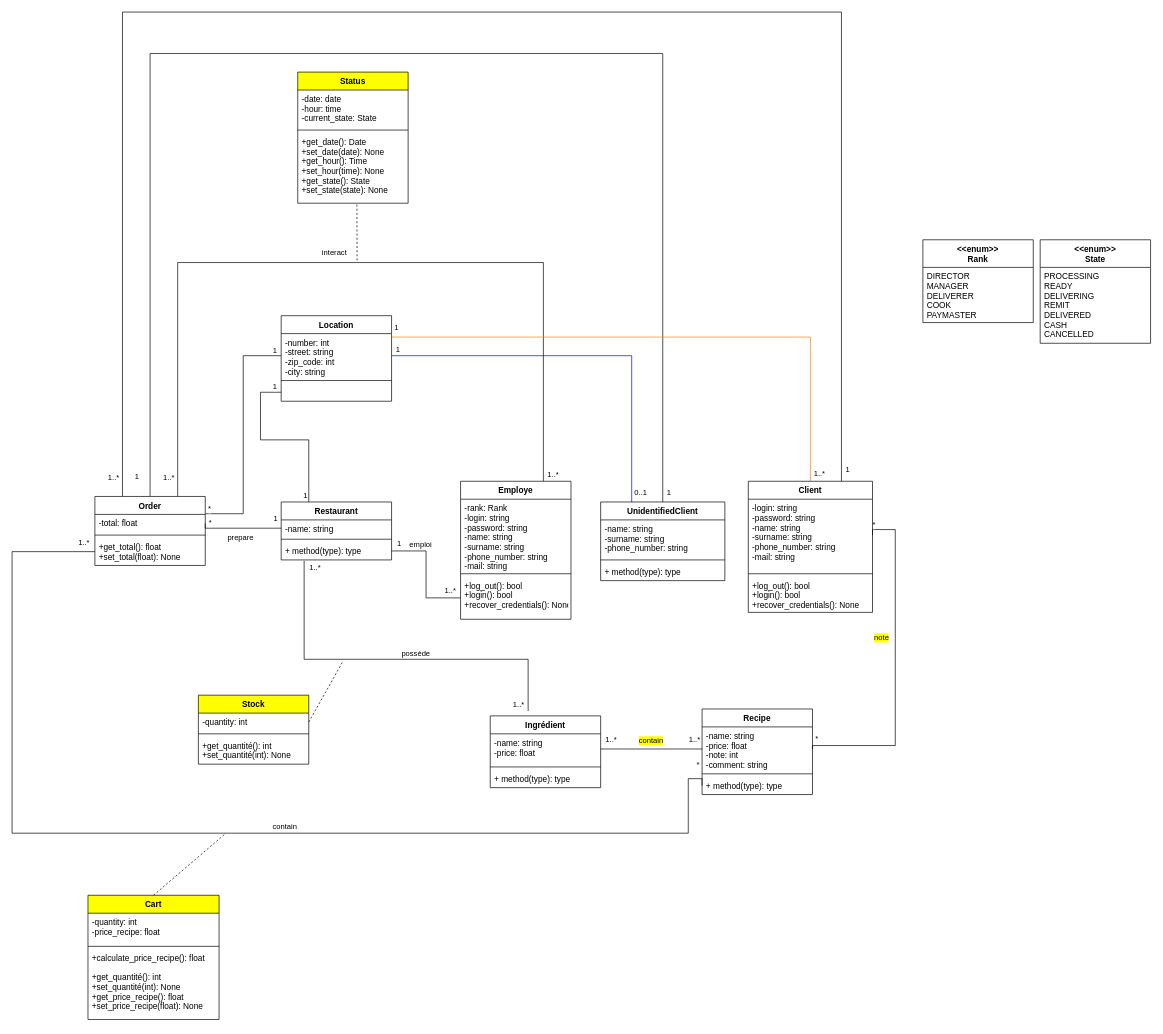
Earlier version of the draw.io diagram Diagramme de classe.drawio (damien-devpy/OC-P6). Source tidied: cells renumbered, new cells numbered last; positions are measured from the earlier drawing's top-left corner, leaving out a move shared by most shapes. Both pictures are drawn from the tidied source at 69%, with x=0, y=0 at pixel (12, 12).
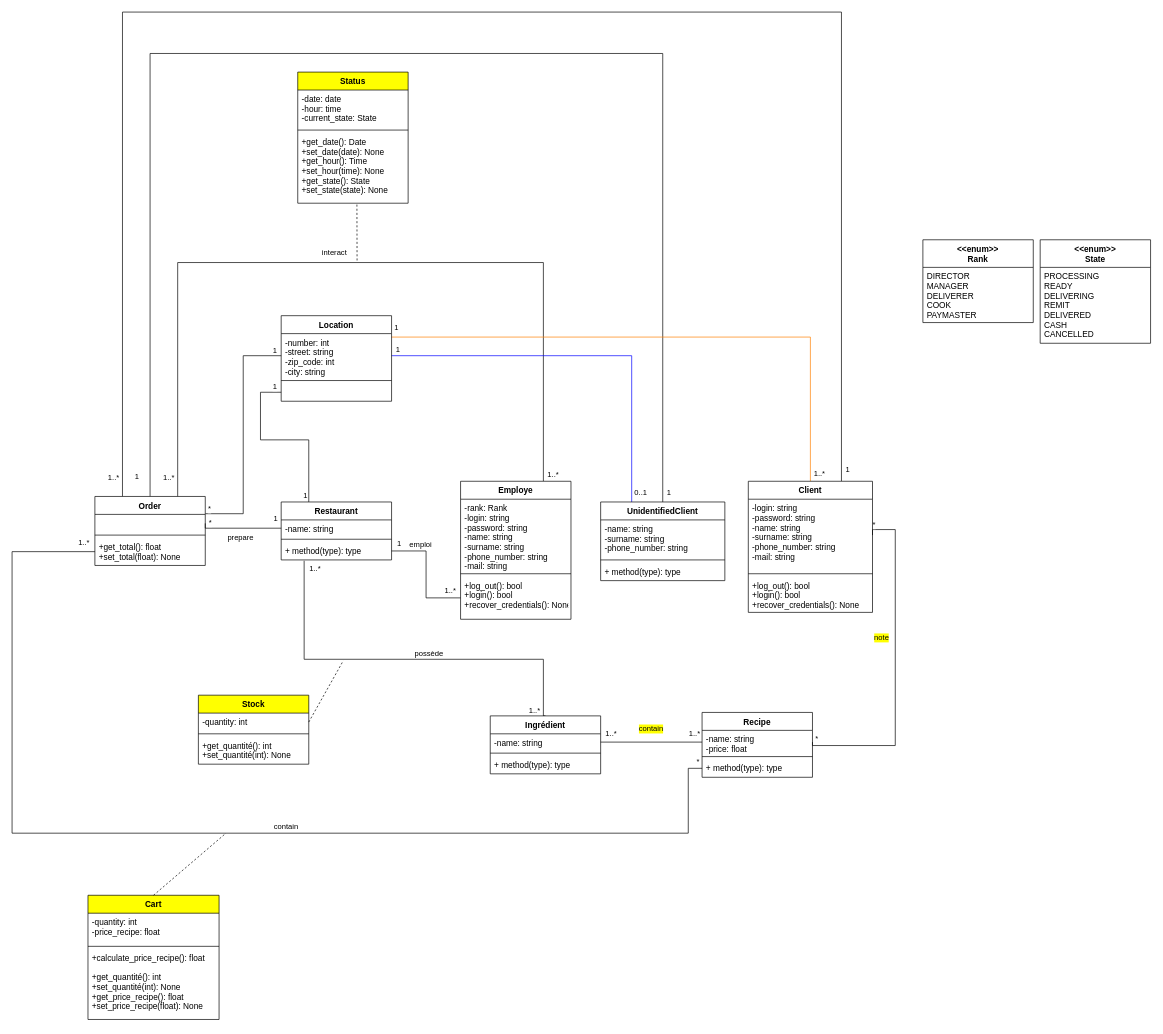
After the change.

Commit message (it also covers changes not shown here):
Add some data. Change the way model manage price

The change refers to these unchanged cells:
```xml
<mxCell id="11" style="endArrow=none;html=1;edgeStyle=orthogonalEdgeStyle;entryX=0;entryY=0.5;entryDx=0;entryDy=0;exitX=1;exitY=0.5;exitDx=0;exitDy=0;" parent="1" edge="1" source="43" target="65">
  <mxGeometry relative="1" as="geometry" />
</mxCell>
<mxCell id="63" value="+ method(type): type" style="text;strokeColor=none;fillColor=none;align=left;verticalAlign=top;spacingLeft=4;spacingRight=4;overflow=hidden;points=[[0,0.5],[1,0.5]];portConstraint=eastwest;" parent="60" vertex="1">
  <mxGeometry y="58" width="160" height="26" as="geometry" />
</mxCell>
<mxCell id="71" value="Order" style="swimlane;fontStyle=1;align=center;verticalAlign=top;horizontal=1;startSize=26;" parent="1" vertex="1">
  <mxGeometry x="120" y="702" width="160" height="100" as="geometry" />
</mxCell>
<mxCell id="74" value="+get_total(): float&#10;+set_total(float): None" style="text;strokeColor=none;fillColor=none;align=left;verticalAlign=top;spacingLeft=4;spacingRight=4;overflow=hidden;points=[[0,0.5],[1,0.5]];portConstraint=eastwest;" parent="71" vertex="1">
  <mxGeometry y="60" width="160" height="40" as="geometry" />
</mxCell>
```

The edit, as a diff of the source:
```diff
@@
-    <mxCell id="6" style="endArrow=none;html=1;exitX=0.5;exitY=0;exitDx=0;exitDy=0;edgeStyle=orthogonalEdgeStyle;rounded=0;entryX=0.208;entryY=1.047;entryDx=0;entryDy=0;entryPerimeter=0;" parent="1" edge="1" target="63">
+    <mxCell id="6" style="endArrow=none;html=1;edgeStyle=orthogonalEdgeStyle;rounded=0;entryX=0.208;entryY=1.047;entryDx=0;entryDy=0;entryPerimeter=0;exitX=0.5;exitY=0;exitDx=0;exitDy=0;" parent="1" edge="1" source="42" target="63">
       <mxGeometry relative="1" as="geometry">
-        <mxPoint x="747.9" y="1013" as="sourcePoint" />
         <Array as="points">
-          <mxPoint x="748" y="938" />
+          <mxPoint x="770" y="1020" />
+          <mxPoint x="770" y="938" />
           <mxPoint x="423" y="938" />
-          <mxPoint x="423" y="795" />
         </Array>
       </mxGeometry>
     </mxCell>
@@
     <mxCell id="12" value="contain" style="edgeLabel;html=1;align=center;verticalAlign=middle;labelBackgroundColor=#FFFF00;" parent="11" vertex="1">
       <mxGeometry x="0.12" relative="1" as="geometry">
-        <mxPoint x="-10" y="-12.5" as="offset" />
+        <mxPoint x="-10" y="-19.5" as="offset" />
       </mxGeometry>
     </mxCell>
@@
     <mxCell id="28" style="edgeStyle=orthogonalEdgeStyle;rounded=0;jettySize=auto;html=1;exitX=0;exitY=0.5;exitDx=0;exitDy=0;entryX=0;entryY=0.5;entryDx=0;entryDy=0;endArrow=none;endFill=0;" parent="1" edge="1" source="67" target="74">
       <mxGeometry relative="1" as="geometry">
         <Array as="points">
-          <mxPoint x="980" y="1111" />
+          <mxPoint x="980" y="1096" />
           <mxPoint x="980" y="1190" />
           <mxPoint y="1190" />
           <mxPoint y="782" />
         </Array>
       </mxGeometry>
     </mxCell>
@@
     <mxCell id="42" value="Ingrédient" style="swimlane;fontStyle=1;align=center;verticalAlign=top;horizontal=1;startSize=26;" parent="1" vertex="1">
-      <mxGeometry x="693" y="1020" width="160" height="104" as="geometry" />
+      <mxGeometry x="693" y="1020" width="160" height="84" as="geometry" />
     </mxCell>
-    <mxCell id="43" value="-name: string&#10;-price: float" style="text;strokeColor=none;fillColor=none;align=left;verticalAlign=top;spacingLeft=4;spacingRight=4;overflow=hidden;points=[[0,0.5],[1,0.5]];portConstraint=eastwest;" parent="42" vertex="1">
-      <mxGeometry y="26" width="160" height="44" as="geometry" />
+    <mxCell id="43" value="-name: string" style="text;strokeColor=none;fillColor=none;align=left;verticalAlign=top;spacingLeft=4;spacingRight=4;overflow=hidden;points=[[0,0.5],[1,0.5]];portConstraint=eastwest;" parent="42" vertex="1">
+      <mxGeometry y="26" width="160" height="24" as="geometry" />
     </mxCell>
     <mxCell id="44" style="line;strokeWidth=1;fillColor=none;align=left;verticalAlign=middle;spacingTop=-1;spacingLeft=3;spacingRight=3;labelPosition=right;" parent="42" vertex="1">
-      <mxGeometry y="70" width="160" height="8" as="geometry" />
+      <mxGeometry y="50" width="160" height="8" as="geometry" />
     </mxCell>
     <mxCell id="45" value="+ method(type): type" style="text;strokeColor=none;fillColor=none;align=left;verticalAlign=top;spacingLeft=4;spacingRight=4;overflow=hidden;" parent="42" vertex="1">
-      <mxGeometry y="78" width="160" height="26" as="geometry" />
+      <mxGeometry y="58" width="160" height="26" as="geometry" />
     </mxCell>
@@
     <mxCell id="64" value="Recipe" style="swimlane;fontStyle=1;align=center;verticalAlign=top;horizontal=1;startSize=26;" parent="1" vertex="1">
-      <mxGeometry x="1000" y="1010" width="160" height="124" as="geometry" />
+      <mxGeometry x="1000" y="1015" width="160" height="94" as="geometry" />
     </mxCell>
-    <mxCell id="65" value="-name: string&#10;-price: float&#10;-note: int&#10;-comment: string" style="text;strokeColor=none;fillColor=none;align=left;verticalAlign=top;spacingLeft=4;spacingRight=4;overflow=hidden;points=[[0,0.5],[1,0.5]];portConstraint=eastwest;" parent="64" vertex="1">
-      <mxGeometry y="26" width="160" height="64" as="geometry" />
+    <mxCell id="65" value="-name: string&#10;-price: float" style="text;strokeColor=none;fillColor=none;align=left;verticalAlign=top;spacingLeft=4;spacingRight=4;overflow=hidden;points=[[0,0.5],[1,0.5]];portConstraint=eastwest;" parent="64" vertex="1">
+      <mxGeometry y="26" width="160" height="34" as="geometry" />
     </mxCell>
     <mxCell id="66" style="line;strokeWidth=1;fillColor=none;align=left;verticalAlign=middle;spacingTop=-1;spacingLeft=3;spacingRight=3;labelPosition=right;" parent="64" vertex="1">
-      <mxGeometry y="90" width="160" height="8" as="geometry" />
+      <mxGeometry y="60" width="160" height="8" as="geometry" />
     </mxCell>
     <mxCell id="67" value="+ method(type): type" style="text;strokeColor=none;fillColor=none;align=left;verticalAlign=top;spacingLeft=4;spacingRight=4;overflow=hidden;points=[[0,0.5],[1,0.5]];portConstraint=eastwest;" parent="64" vertex="1">
-      <mxGeometry y="98" width="160" height="26" as="geometry" />
+      <mxGeometry y="68" width="160" height="26" as="geometry" />
     </mxCell>
@@
-    <mxCell id="72" value="-total: float&#10;" style="text;strokeColor=none;fillColor=none;align=left;verticalAlign=top;spacingLeft=4;spacingRight=4;overflow=hidden;points=[[0,0.5],[1,0.5]];portConstraint=eastwest;" parent="71" vertex="1">
+    <mxCell id="72" value="&#10;&#10;" style="text;strokeColor=none;fillColor=none;align=left;verticalAlign=top;spacingLeft=4;spacingRight=4;overflow=hidden;points=[[0,0.5],[1,0.5]];portConstraint=eastwest;" parent="71" vertex="1">
       <mxGeometry y="26" width="160" height="26" as="geometry" />
     </mxCell>
```
